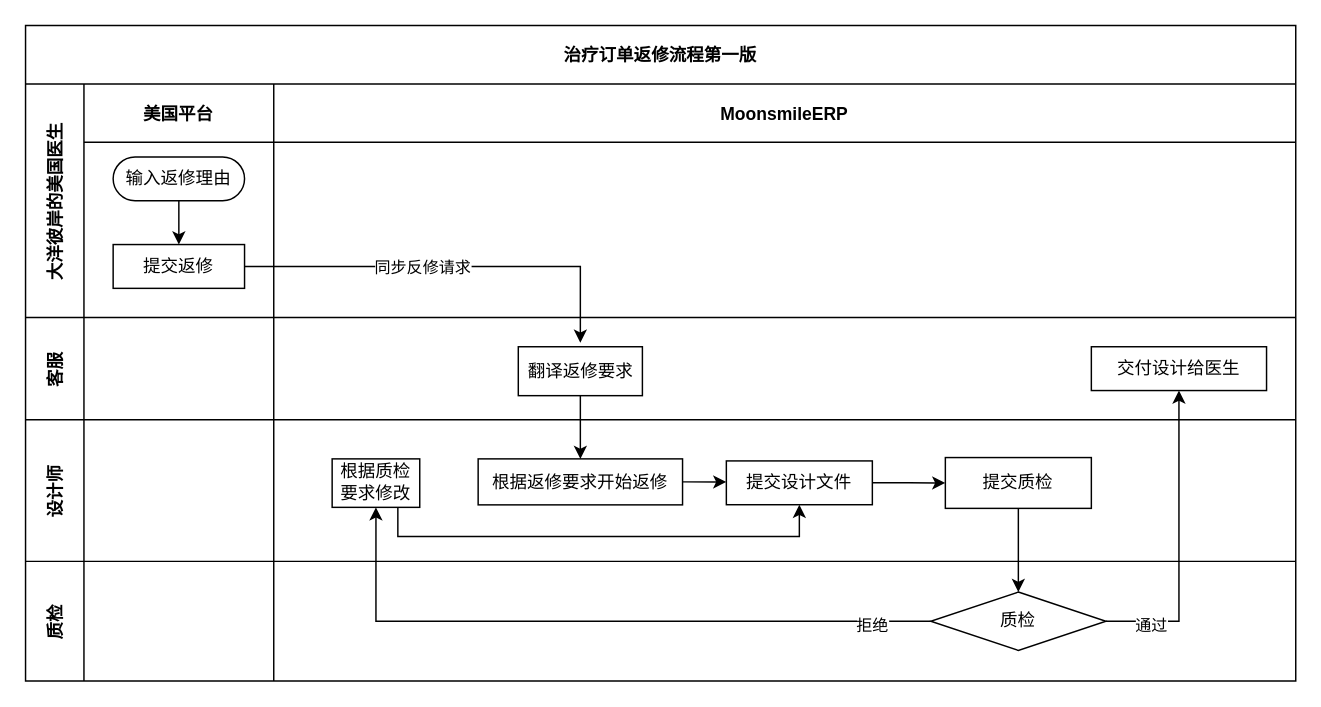
Earlier version of the draw.io diagram Untitled Diagram.drawio (laggage/markdown-it-attrs). Source tidied: cells renumbered, new cells numbered last; positions are measured from the earlier drawing's top-left corner, leaving out a move shared by most shapes. Both pictures are drawn from the tidied source at 146%, with x=0, y=0 at pixel (25, 25).
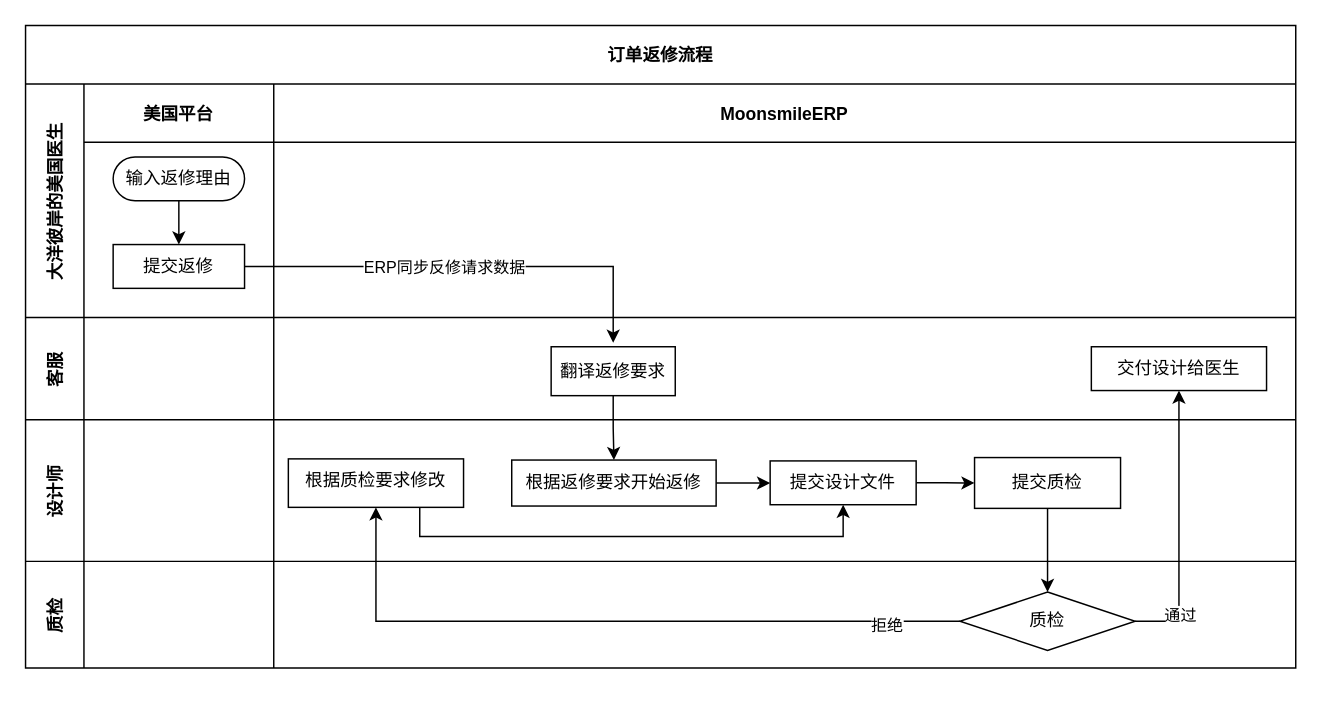
The same diagram, later.

The change refers to these unchanged cells:
```xml
<mxCell id="11" style="swimlane;swimlaneHead=0;swimlaneBody=0;fillColor=none;startSize=0;fontStyle=1;" parent="9" vertex="1">
  <mxGeometry x="170" width="700" height="70" as="geometry" />
</mxCell>
<mxCell id="16" style="swimlane;swimlaneHead=0;swimlaneBody=0;fillColor=none;startSize=0;fontStyle=1;" parent="14" vertex="1">
  <mxGeometry x="170" width="700" height="97" as="geometry" />
</mxCell>
<mxCell id="29" style="edgeStyle=orthogonalEdgeStyle;rounded=0;jettySize=auto;html=1;exitX=1;exitY=0.5;exitDx=0;exitDy=0;entryX=0.5;entryY=-0.082;entryDx=0;entryDy=0;entryPerimeter=0;" parent="2" edge="1" source="7" target="12">
  <mxGeometry relative="1" as="geometry" />
</mxCell>
<mxCell id="34" style="edgeStyle=orthogonalEdgeStyle;rounded=0;jettySize=auto;html=1;entryX=0.5;entryY=1;entryDx=0;entryDy=0;exitX=1;exitY=0.5;exitDx=0;exitDy=0;" parent="2" edge="1" source="27" target="13">
  <mxGeometry relative="1" as="geometry">
    <Array as="points">
      <mxPoint x="790" y="408" />
    </Array>
  </mxGeometry>
</mxCell>
```

Change to the diagram source:
```diff
@@
-    <mxCell id="2" value="治疗订单返修流程第一版" style="shape=table;childLayout=tableLayout;startSize=40;fillColor=none;fontStyle=1;" parent="1" vertex="1">
-      <mxGeometry width="870" height="449" as="geometry" />
+    <mxCell id="2" value="订单返修流程" style="shape=table;childLayout=tableLayout;startSize=40;fillColor=none;fontStyle=1;" parent="1" vertex="1">
+      <mxGeometry width="870" height="440" as="geometry" />
     </mxCell>
@@
     <mxCell id="12" value="翻译返修要求" style="rounded=0;whiteSpace=wrap;html=1;" parent="11" vertex="1">
-      <mxGeometry x="167.5" y="20" width="85" height="33.5" as="geometry" />
+      <mxGeometry x="190" y="20" width="85" height="33.5" as="geometry" />
     </mxCell>
@@
+    <mxCell id="31" style="edgeStyle=orthogonalEdgeStyle;rounded=0;jettySize=auto;html=1;exitX=0.5;exitY=1;exitDx=0;exitDy=0;entryX=0.5;entryY=0;entryDx=0;entryDy=0;" parent="2" edge="1" source="21" target="27">
+      <mxGeometry relative="1" as="geometry" />
+    </mxCell>
@@
     <mxCell id="18" value="根据返修要求开始返修" style="rounded=0;whiteSpace=wrap;html=1;" parent="16" vertex="1">
-      <mxGeometry x="140" y="26.8" width="140" height="31.5" as="geometry" />
+      <mxGeometry x="163" y="27.6" width="140" height="31.5" as="geometry" />
     </mxCell>
@@
     <mxCell id="20" value="提交设计文件" style="rounded=0;whiteSpace=wrap;html=1;" parent="16" vertex="1">
-      <mxGeometry x="310" y="28.2" width="100" height="30" as="geometry" />
+      <mxGeometry x="340" y="28.2" width="100" height="30" as="geometry" />
     </mxCell>
     <mxCell id="21" value="提交质检" style="rounded=0;whiteSpace=wrap;html=1;" parent="16" vertex="1">
-      <mxGeometry x="460" y="25.9" width="100" height="34.8" as="geometry" />
+      <mxGeometry x="480" y="25.9" width="100" height="34.8" as="geometry" />
     </mxCell>
@@
-    <mxCell id="23" value="根据质检要求修改" style="rounded=0;whiteSpace=wrap;html=1;" parent="16" vertex="1">
-      <mxGeometry x="40" y="26.8" width="60" height="33.2" as="geometry" />
+    <mxCell id="23" value="&lt;pre&gt;根据质检要求修改&lt;/pre&gt;" style="rounded=0;whiteSpace=wrap;html=1;" parent="16" vertex="1">
+      <mxGeometry x="10" y="26.8" width="120" height="33.2" as="geometry" />
     </mxCell>
     <mxCell id="24" value="质检" style="shape=tableRow;horizontal=0;swimlaneHead=0;swimlaneBody=0;top=0;left=0;bottom=0;right=0;fillColor=none;startSize=40;fontStyle=1;" parent="2" vertex="1">
-      <mxGeometry y="367" width="870" height="82" as="geometry" />
+      <mxGeometry y="367" width="870" height="73" as="geometry" />
     </mxCell>
     <mxCell id="25" style="swimlane;swimlaneHead=0;swimlaneBody=0;fillColor=none;startSize=0;fontStyle=1;" parent="24" vertex="1">
-      <mxGeometry x="40" width="130" height="82" as="geometry" />
+      <mxGeometry x="40" width="130" height="73" as="geometry" />
     </mxCell>
     <mxCell id="26" style="swimlane;swimlaneHead=0;swimlaneBody=0;fillColor=none;startSize=0;fontStyle=1;" parent="24" vertex="1">
-      <mxGeometry x="170" width="700" height="82" as="geometry" />
+      <mxGeometry x="170" width="700" height="73" as="geometry" />
     </mxCell>
     <mxCell id="27" value="质检" style="rhombus;whiteSpace=wrap;html=1;" parent="26" vertex="1">
-      <mxGeometry x="450" y="21" width="120" height="40" as="geometry" />
+      <mxGeometry x="470" y="21" width="120" height="40" as="geometry" />
     </mxCell>
@@
-    <mxCell id="30" value="&lt;div&gt;同步反修请求&lt;br&gt;&lt;/div&gt;" style="edgeLabel;html=1;align=center;verticalAlign=middle;" parent="29" vertex="1">
+    <mxCell id="30" value="&lt;div&gt;ERP同步反修请求数据&lt;br&gt;&lt;/div&gt;" style="edgeLabel;html=1;align=center;verticalAlign=middle;" parent="29" vertex="1">
       <mxGeometry x="0.34" y="-1" relative="1" as="geometry">
         <mxPoint x="-68" y="-1" as="offset" />
       </mxGeometry>
     </mxCell>
-    <mxCell id="31" style="edgeStyle=orthogonalEdgeStyle;rounded=0;jettySize=auto;html=1;exitX=0.5;exitY=1;exitDx=0;exitDy=0;entryX=0.5;entryY=0;entryDx=0;entryDy=0;" parent="2" edge="1" source="21" target="27">
-      <mxGeometry relative="1" as="geometry" />
-    </mxCell>
@@
     <mxCell id="35" value="通过" style="edgeLabel;html=1;align=center;verticalAlign=middle;" parent="34" vertex="1">
       <mxGeometry x="0.36" y="1" relative="1" as="geometry">
-        <mxPoint x="-19" y="93" as="offset" />
+        <mxPoint x="1" y="93" as="offset" />
       </mxGeometry>
     </mxCell>
```
